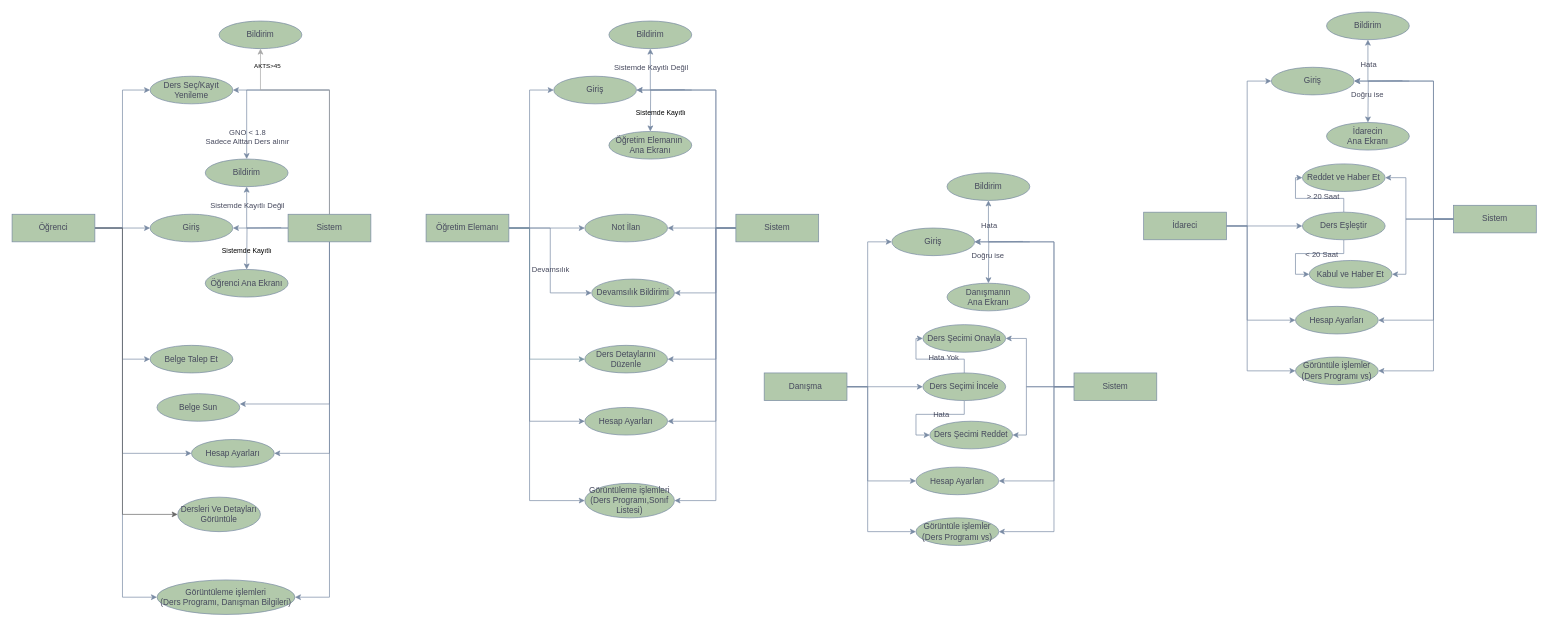
FP-Leo/Student_Information-_System-UBYS keeps this draw.io diagram as DrawIO(UML)/UBYS UML Special USE CASEs.drawio. Above is the earlier version. Source tidied: cells renumbered, new cells numbered last; positions are measured from the earlier drawing's top-left corner, leaving out a move shared by most shapes. Both pictures are drawn from the tidied source at 69%, with x=0, y=0 at pixel (12, 12).
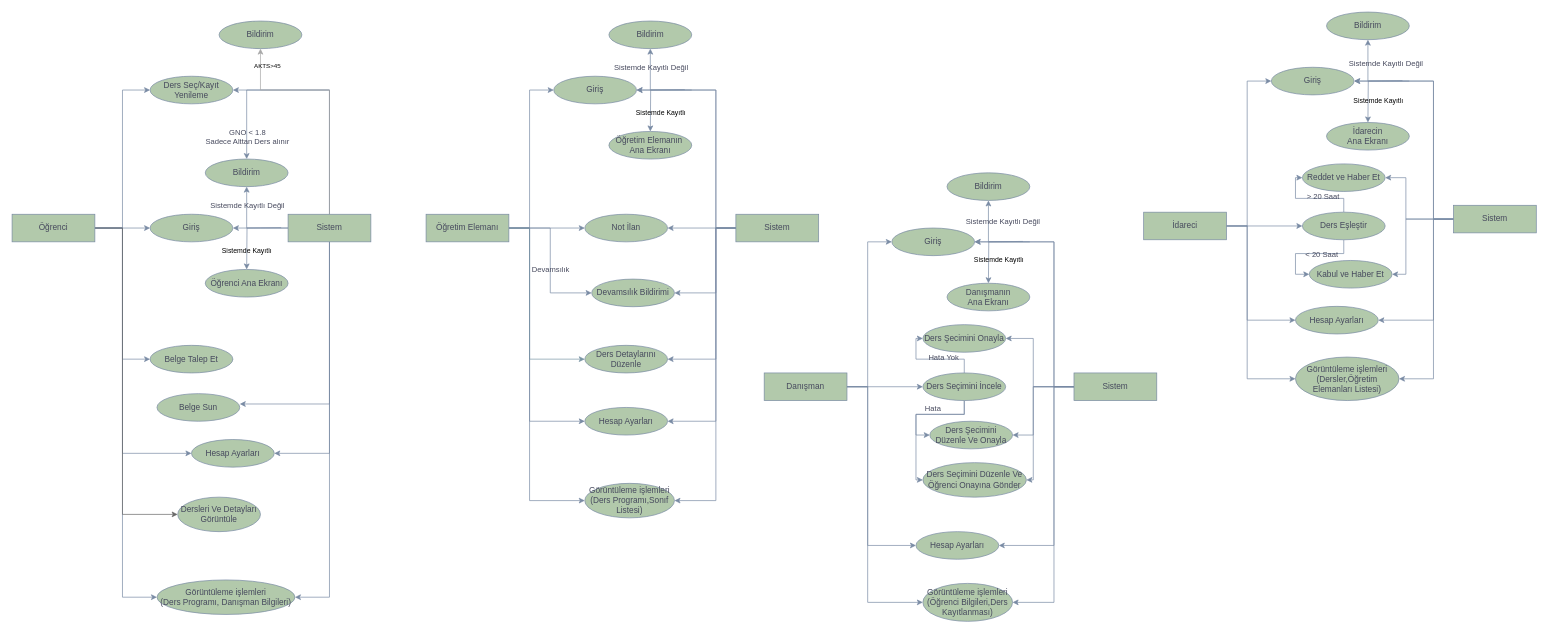
After the change.

The change refers to these unchanged cells:
```xml
<mxCell id="60" style="edgeStyle=orthogonalEdgeStyle;rounded=0;jettySize=auto;html=1;entryX=0.5;entryY=1;entryDx=0;entryDy=0;labelBackgroundColor=none;strokeColor=#788AA3;fontColor=default;" parent="1" edge="1" source="66">
  <mxGeometry relative="1" as="geometry">
    <mxPoint x="1415" y="273" as="targetPoint" />
    <Array as="points">
      <mxPoint x="1510" y="543" />
      <mxPoint x="1510" y="333" />
      <mxPoint x="1415" y="333" />
    </Array>
  </mxGeometry>
</mxCell>
<mxCell id="66" value="Sistem" style="rounded=0;whiteSpace=wrap;html=1;labelBackgroundColor=none;fillColor=#B2C9AB;strokeColor=#788AA3;fontColor=#46495D;" parent="1" vertex="1">
  <mxGeometry x="1539" y="523" width="120" height="40" as="geometry" />
</mxCell>
<mxCell id="69" style="edgeStyle=orthogonalEdgeStyle;rounded=0;orthogonalLoop=1;jettySize=auto;html=1;entryX=0.583;entryY=0.015;entryDx=0;entryDy=0;entryPerimeter=0;exitX=0;exitY=0.5;exitDx=0;exitDy=0;labelBackgroundColor=none;strokeColor=#788AA3;fontColor=default;" parent="1" edge="1">
  <mxGeometry relative="1" as="geometry">
    <mxPoint x="1465" y="332.4" as="sourcePoint" />
    <mxPoint x="1415" y="393" as="targetPoint" />
  </mxGeometry>
</mxCell>
<mxCell id="76" style="edgeStyle=orthogonalEdgeStyle;rounded=0;jettySize=auto;html=1;entryX=0;entryY=0.5;entryDx=0;entryDy=0;labelBackgroundColor=none;strokeColor=#788AA3;fontColor=default;" parent="1" edge="1" source="78" target="80">
  <mxGeometry relative="1" as="geometry" />
</mxCell>
<mxCell id="87" style="edgeStyle=orthogonalEdgeStyle;rounded=0;jettySize=auto;html=1;entryX=0.5;entryY=1;entryDx=0;entryDy=0;labelBackgroundColor=none;strokeColor=#788AA3;fontColor=default;" parent="1" edge="1" source="93">
  <mxGeometry relative="1" as="geometry">
    <mxPoint x="1965" y="40" as="targetPoint" />
    <Array as="points">
      <mxPoint x="2060" y="300" />
      <mxPoint x="2060" y="100" />
      <mxPoint x="1965" y="100" />
    </Array>
  </mxGeometry>
</mxCell>
<mxCell id="93" value="Sistem" style="rounded=0;whiteSpace=wrap;html=1;labelBackgroundColor=none;fillColor=#B2C9AB;strokeColor=#788AA3;fontColor=#46495D;" parent="1" vertex="1">
  <mxGeometry x="2089" y="280" width="120" height="40" as="geometry" />
</mxCell>
<mxCell id="96" style="edgeStyle=orthogonalEdgeStyle;rounded=0;orthogonalLoop=1;jettySize=auto;html=1;entryX=0.583;entryY=0.015;entryDx=0;entryDy=0;entryPerimeter=0;exitX=0;exitY=0.5;exitDx=0;exitDy=0;labelBackgroundColor=none;strokeColor=#788AA3;fontColor=default;" parent="1" edge="1">
  <mxGeometry relative="1" as="geometry">
    <mxPoint x="2015" y="99.4" as="sourcePoint" />
    <mxPoint x="1965" y="160" as="targetPoint" />
  </mxGeometry>
</mxCell>
```

The edit, as a diff of the source:
```diff
@@
     <mxCell id="54" style="edgeStyle=orthogonalEdgeStyle;rounded=0;jettySize=auto;html=1;entryX=0;entryY=0.5;entryDx=0;entryDy=0;labelBackgroundColor=none;strokeColor=#788AA3;fontColor=default;" parent="1" edge="1" source="57" target="73">
       <mxGeometry relative="1" as="geometry">
         <Array as="points">
           <mxPoint x="1240" y="543" />
-          <mxPoint x="1240" y="753" />
+          <mxPoint x="1240" y="855" />
+          <mxPoint x="1320" y="855" />
         </Array>
       </mxGeometry>
     </mxCell>
@@
     <mxCell id="56" style="edgeStyle=orthogonalEdgeStyle;rounded=0;jettySize=auto;html=1;entryX=0;entryY=0.5;entryDx=0;entryDy=0;labelBackgroundColor=none;strokeColor=#788AA3;fontColor=default;" parent="1" edge="1" source="57" target="72">
       <mxGeometry relative="1" as="geometry">
         <Array as="points">
           <mxPoint x="1240" y="543" />
-          <mxPoint x="1240" y="680" />
+          <mxPoint x="1240" y="773" />
         </Array>
       </mxGeometry>
     </mxCell>
-    <mxCell id="57" value="Danışma" style="rounded=0;whiteSpace=wrap;html=1;labelBackgroundColor=none;fillColor=#B2C9AB;strokeColor=#788AA3;fontColor=#46495D;" parent="1" vertex="1">
+    <mxCell id="57" value="Danışman" style="rounded=0;whiteSpace=wrap;html=1;labelBackgroundColor=none;fillColor=#B2C9AB;strokeColor=#788AA3;fontColor=#46495D;" parent="1" vertex="1">
       <mxGeometry x="1090" y="523" width="120" height="40" as="geometry" />
     </mxCell>
@@
-    <mxCell id="61" value="Hata" style="edgeLabel;html=1;align=center;verticalAlign=middle;labelBackgroundColor=none;fontColor=#46495D;" parent="60" vertex="1">
-      <mxGeometry x="0.82" y="-4" relative="1" as="geometry">
-        <mxPoint x="-4" as="offset" />
-      </mxGeometry>
-    </mxCell>
     <mxCell id="62" style="edgeStyle=orthogonalEdgeStyle;rounded=0;jettySize=auto;html=1;entryX=1;entryY=0.5;entryDx=0;entryDy=0;labelBackgroundColor=none;strokeColor=#788AA3;fontColor=default;" parent="1" edge="1" source="66" target="79">
       <mxGeometry relative="1" as="geometry">
         <Array as="points">
-          <mxPoint x="1470" y="543" />
-          <mxPoint x="1470" y="473" />
+          <mxPoint x="1480" y="543" />
+          <mxPoint x="1480" y="473" />
         </Array>
       </mxGeometry>
     </mxCell>
     <mxCell id="63" style="edgeStyle=orthogonalEdgeStyle;rounded=0;jettySize=auto;html=1;entryX=1;entryY=0.5;entryDx=0;entryDy=0;labelBackgroundColor=none;strokeColor=#788AA3;fontColor=default;" parent="1" edge="1" source="66" target="80">
       <mxGeometry relative="1" as="geometry">
         <Array as="points">
-          <mxPoint x="1470" y="543" />
-          <mxPoint x="1470" y="613" />
+          <mxPoint x="1480" y="543" />
+          <mxPoint x="1480" y="613" />
         </Array>
       </mxGeometry>
     </mxCell>
     <mxCell id="64" style="edgeStyle=orthogonalEdgeStyle;rounded=0;jettySize=auto;html=1;entryX=1;entryY=0.5;entryDx=0;entryDy=0;labelBackgroundColor=none;strokeColor=#788AA3;fontColor=default;" parent="1" edge="1" source="66" target="72">
       <mxGeometry relative="1" as="geometry">
         <Array as="points">
           <mxPoint x="1510" y="543" />
-          <mxPoint x="1510" y="680" />
+          <mxPoint x="1510" y="773" />
         </Array>
       </mxGeometry>
     </mxCell>
     <mxCell id="65" style="edgeStyle=orthogonalEdgeStyle;rounded=0;jettySize=auto;html=1;entryX=1;entryY=0.5;entryDx=0;entryDy=0;labelBackgroundColor=none;strokeColor=#788AA3;fontColor=default;" parent="1" edge="1" source="66" target="73">
       <mxGeometry relative="1" as="geometry">
         <Array as="points">
           <mxPoint x="1510" y="543" />
-          <mxPoint x="1510" y="753" />
+          <mxPoint x="1510" y="855" />
+          <mxPoint x="1450" y="855" />
         </Array>
       </mxGeometry>
     </mxCell>
+    <mxCell id="117" style="edgeStyle=orthogonalEdgeStyle;rounded=0;jettySize=auto;html=1;entryX=1;entryY=0.5;entryDx=0;entryDy=0;strokeColor=#788aa3;" parent="1" edge="1" source="66" target="121">
+      <mxGeometry relative="1" as="geometry">
+        <Array as="points">
+          <mxPoint x="1480" y="543" />
+          <mxPoint x="1480" y="678" />
+        </Array>
+      </mxGeometry>
+    </mxCell>
@@
-    <mxCell id="70" value="Doğru ise" style="edgeLabel;html=1;align=center;verticalAlign=middle;labelBackgroundColor=none;fontColor=#46495D;" parent="69" vertex="1">
-      <mxGeometry x="0.26" y="-2" relative="1" as="geometry" />
-    </mxCell>
@@
     <mxCell id="72" value="Hesap Ayarları" style="ellipse;whiteSpace=wrap;html=1;labelBackgroundColor=none;fillColor=#B2C9AB;strokeColor=#788AA3;fontColor=#46495D;" parent="1" vertex="1">
-      <mxGeometry x="1310" y="659.5" width="120" height="40" as="geometry" />
+      <mxGeometry x="1310" y="753" width="120" height="40" as="geometry" />
     </mxCell>
-    <mxCell id="73" value="Görüntüle işlemler&lt;br&gt;(Ders Programı vs)" style="ellipse;whiteSpace=wrap;html=1;labelBackgroundColor=none;fillColor=#B2C9AB;strokeColor=#788AA3;fontColor=#46495D;" parent="1" vertex="1">
-      <mxGeometry x="1310" y="733" width="120" height="40" as="geometry" />
+    <mxCell id="73" value="Görüntüleme işlemleri&lt;br&gt;(Öğrenci Bilgileri,Ders Kayıtlanması)" style="ellipse;whiteSpace=wrap;html=1;labelBackgroundColor=none;fillColor=#B2C9AB;strokeColor=#788AA3;fontColor=#46495D;" parent="1" vertex="1">
+      <mxGeometry x="1320" y="828" width="130" height="55" as="geometry" />
     </mxCell>
@@
     <mxCell id="77" value="Hata&amp;nbsp;" style="edgeLabel;html=1;align=center;verticalAlign=middle;labelBackgroundColor=none;fontColor=#46495D;" parent="76" vertex="1">
-      <mxGeometry x="-0.25" relative="1" as="geometry" />
+      <mxGeometry x="-0.25" relative="1" as="geometry">
+        <mxPoint x="-12" y="-10" as="offset" />
+      </mxGeometry>
     </mxCell>
+    <mxCell id="118" style="edgeStyle=orthogonalEdgeStyle;rounded=0;jettySize=auto;html=1;entryX=0;entryY=0.5;entryDx=0;entryDy=0;strokeColor=#788aa3;" parent="1" edge="1" source="78" target="121">
+      <mxGeometry relative="1" as="geometry">
+        <Array as="points">
+          <mxPoint x="1380" y="583" />
+          <mxPoint x="1310" y="583" />
+          <mxPoint x="1310" y="678" />
+        </Array>
+      </mxGeometry>
+    </mxCell>
-    <mxCell id="78" value="Ders Seçimi İncele" style="ellipse;whiteSpace=wrap;html=1;labelBackgroundColor=none;fillColor=#B2C9AB;strokeColor=#788AA3;fontColor=#46495D;" parent="1" vertex="1">
+    <mxCell id="78" value="Ders Seçimini İncele" style="ellipse;whiteSpace=wrap;html=1;labelBackgroundColor=none;fillColor=#B2C9AB;strokeColor=#788AA3;fontColor=#46495D;" parent="1" vertex="1">
       <mxGeometry x="1320" y="523" width="120" height="40" as="geometry" />
     </mxCell>
-    <mxCell id="79" value="Ders Şecimi Onayla" style="ellipse;whiteSpace=wrap;html=1;labelBackgroundColor=none;fillColor=#B2C9AB;strokeColor=#788AA3;fontColor=#46495D;" parent="1" vertex="1">
+    <mxCell id="79" value="Ders Şecimini Onayla" style="ellipse;whiteSpace=wrap;html=1;labelBackgroundColor=none;fillColor=#B2C9AB;strokeColor=#788AA3;fontColor=#46495D;" parent="1" vertex="1">
       <mxGeometry x="1320" y="453" width="120" height="40" as="geometry" />
     </mxCell>
-    <mxCell id="80" value="Ders Şecimi Reddet" style="ellipse;whiteSpace=wrap;html=1;labelBackgroundColor=none;fillColor=#B2C9AB;strokeColor=#788AA3;fontColor=#46495D;" parent="1" vertex="1">
+    <mxCell id="80" value="Ders Şecimini Düzenle Ve Onayla" style="ellipse;whiteSpace=wrap;html=1;labelBackgroundColor=none;fillColor=#B2C9AB;strokeColor=#788AA3;fontColor=#46495D;" parent="1" vertex="1">
       <mxGeometry x="1330" y="593" width="120" height="40" as="geometry" />
     </mxCell>
@@
     <mxCell id="82" style="edgeStyle=orthogonalEdgeStyle;rounded=0;jettySize=auto;html=1;entryX=0;entryY=0.5;entryDx=0;entryDy=0;labelBackgroundColor=none;strokeColor=#788AA3;fontColor=default;" parent="1" edge="1" target="100">
       <mxGeometry relative="1" as="geometry">
         <mxPoint x="1760" y="310" as="sourcePoint" />
         <Array as="points">
-          <mxPoint x="1760" y="310" />
           <mxPoint x="1790" y="310" />
-          <mxPoint x="1790" y="520" />
+          <mxPoint x="1790" y="532" />
+          <mxPoint x="1860" y="532" />
         </Array>
       </mxGeometry>
     </mxCell>
@@
-    <mxCell id="88" value="Hata" style="edgeLabel;html=1;align=center;verticalAlign=middle;labelBackgroundColor=none;fontColor=#46495D;" parent="87" vertex="1">
-      <mxGeometry x="0.82" y="-4" relative="1" as="geometry">
-        <mxPoint x="-4" as="offset" />
-      </mxGeometry>
-    </mxCell>
@@
     <mxCell id="92" style="edgeStyle=orthogonalEdgeStyle;rounded=0;jettySize=auto;html=1;entryX=1;entryY=0.5;entryDx=0;entryDy=0;labelBackgroundColor=none;strokeColor=#788AA3;fontColor=default;" parent="1" edge="1" source="93" target="100">
       <mxGeometry relative="1" as="geometry">
         <Array as="points">
           <mxPoint x="2060" y="300" />
-          <mxPoint x="2060" y="520" />
+          <mxPoint x="2060" y="532" />
+          <mxPoint x="2010" y="532" />
         </Array>
       </mxGeometry>
     </mxCell>
@@
-    <mxCell id="97" value="Doğru ise" style="edgeLabel;html=1;align=center;verticalAlign=middle;labelBackgroundColor=none;fontColor=#46495D;" parent="96" vertex="1">
-      <mxGeometry x="0.26" y="-2" relative="1" as="geometry" />
-    </mxCell>
@@
-    <mxCell id="100" value="Görüntüle işlemler&lt;br&gt;(Ders Programı vs)" style="ellipse;whiteSpace=wrap;html=1;labelBackgroundColor=none;fillColor=#B2C9AB;strokeColor=#788AA3;fontColor=#46495D;" parent="1" vertex="1">
-      <mxGeometry x="1860" y="500" width="120" height="40" as="geometry" />
+    <mxCell id="100" value="Görüntüleme işlemleri&lt;br&gt;(Dersler,Öğretim Elemanları Listesi)" style="ellipse;whiteSpace=wrap;html=1;labelBackgroundColor=none;fillColor=#B2C9AB;strokeColor=#788AA3;fontColor=#46495D;" parent="1" vertex="1">
+      <mxGeometry x="1860" y="500" width="150" height="63" as="geometry" />
     </mxCell>
@@
+    <mxCell id="119" value="&lt;font style=&quot;font-size: 10px;&quot;&gt;Sistemde Kayıtlı&lt;/font&gt;" style="text;html=1;align=center;verticalAlign=middle;strokeColor=none;fillColor=none;" parent="1" vertex="1">
+      <mxGeometry x="1380" y="343" width="100" height="30" as="geometry" />
+    </mxCell>
+    <mxCell id="120" value="Sistemde Kayıtlı Değil" style="edgeLabel;html=1;align=center;verticalAlign=middle;labelBackgroundColor=none;fontColor=#46495D;" parent="1" vertex="1">
+      <mxGeometry x="1440" y="300" as="geometry">
+        <mxPoint x="-5" y="2" as="offset" />
+      </mxGeometry>
+    </mxCell>
+    <mxCell id="121" value="Ders Seçimini Düzenle Ve Öğrenci Onayına Gönder" style="ellipse;whiteSpace=wrap;html=1;labelBackgroundColor=none;fillColor=#B2C9AB;strokeColor=#788AA3;fontColor=#46495D;" parent="1" vertex="1">
+      <mxGeometry x="1320" y="653" width="150" height="50" as="geometry" />
+    </mxCell>
+    <mxCell id="122" value="Sistemde Kayıtlı Değil" style="edgeLabel;html=1;align=center;verticalAlign=middle;labelBackgroundColor=none;fontColor=#46495D;" parent="1" vertex="1">
+      <mxGeometry x="1995" y="71" as="geometry">
+        <mxPoint x="-5" y="2" as="offset" />
+      </mxGeometry>
+    </mxCell>
+    <mxCell id="123" value="&lt;font style=&quot;font-size: 10px;&quot;&gt;Sistemde Kayıtlı&lt;/font&gt;" style="text;html=1;align=center;verticalAlign=middle;strokeColor=none;fillColor=none;" parent="1" vertex="1">
+      <mxGeometry x="1930" y="113" width="100" height="30" as="geometry" />
+    </mxCell>
```
